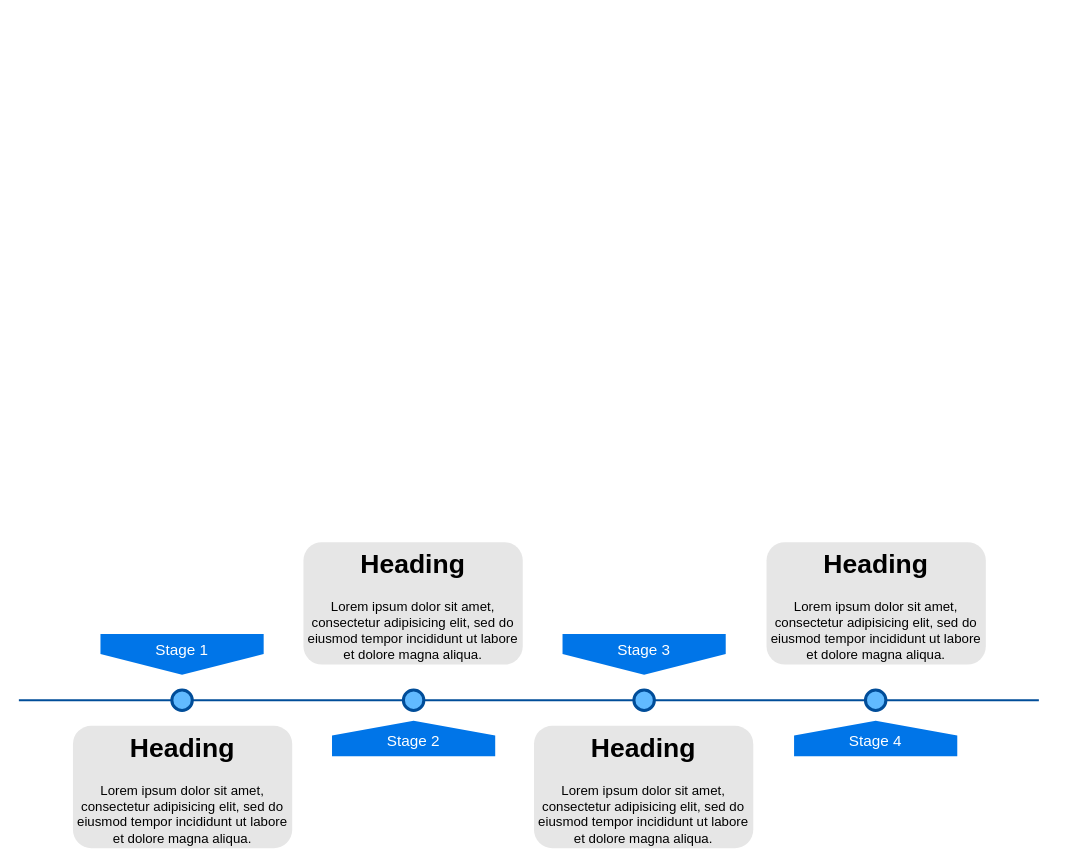
Above: sse/技术中台技术实施路线.drawio in yimzncy/draw (draw.io), before the change. Source tidied: cells renumbered, new cells numbered last; positions are measured from the earlier drawing's top-left corner, leaving out a move shared by most shapes. Both pictures are drawn from the tidied source at 102%, with x=0, y=0 at pixel (18, 542).
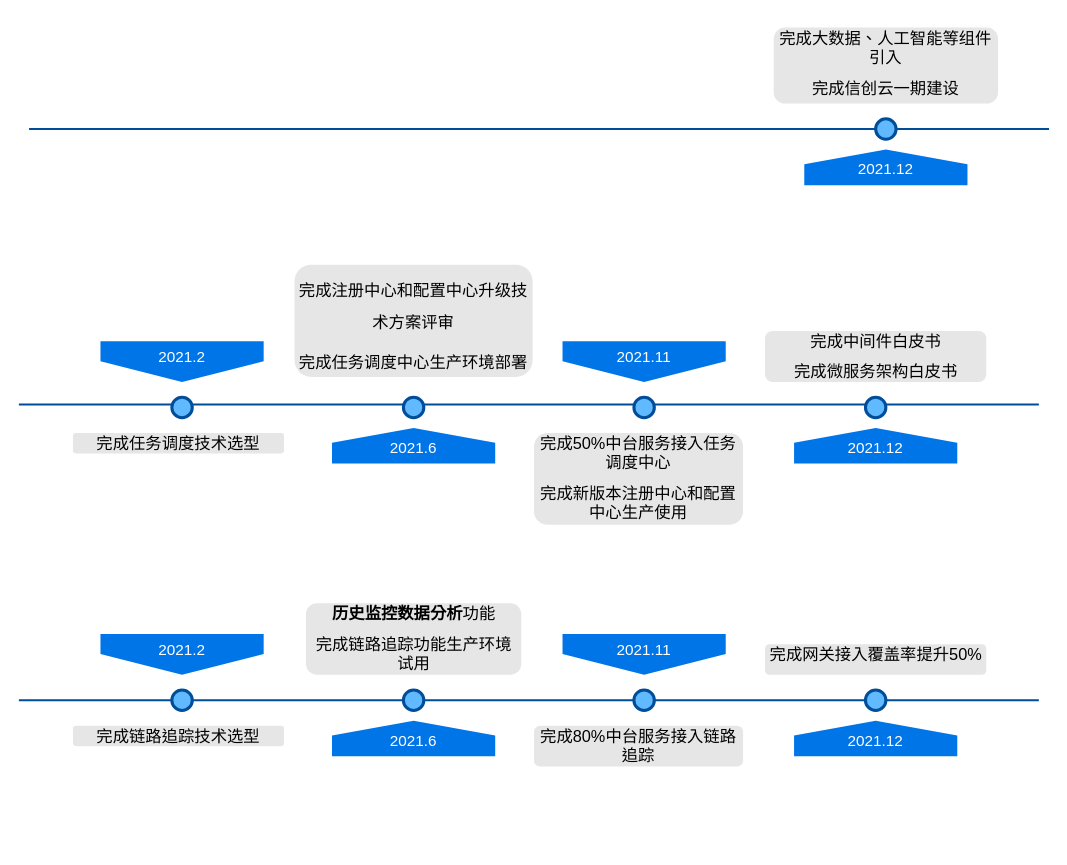
The same page after the edit.

Commit message:
Update 技术中台技术实施路线.drawio

The edit, as a diff of the source:
```diff
@@
-    <mxCell id="3" value="Stage 1" style="shape=offPageConnector;whiteSpace=wrap;html=1;fillColor=#0075E8;fontSize=15;fontColor=#FFFFFF;size=0.5093750000000015;verticalAlign=top;strokeColor=none;" parent="1" vertex="1">
+    <mxCell id="3" value="2021.2" style="shape=offPageConnector;whiteSpace=wrap;html=1;fillColor=#0075E8;fontSize=15;fontColor=#FFFFFF;size=0.5093750000000015;verticalAlign=top;strokeColor=none;" parent="1" vertex="1">
       <mxGeometry x="80" y="90" width="160" height="40" as="geometry" />
     </mxCell>
-    <mxCell id="4" value="&lt;span&gt;Stage 3&lt;/span&gt;" style="shape=offPageConnector;whiteSpace=wrap;html=1;fillColor=#0075E8;fontSize=15;fontColor=#FFFFFF;size=0.5093750000000015;verticalAlign=top;strokeColor=none;" parent="1" vertex="1">
+    <mxCell id="4" value="&lt;span&gt;2021.11&lt;/span&gt;" style="shape=offPageConnector;whiteSpace=wrap;html=1;fillColor=#0075E8;fontSize=15;fontColor=#FFFFFF;size=0.5093750000000015;verticalAlign=top;strokeColor=none;" parent="1" vertex="1">
       <mxGeometry x="533" y="90" width="160" height="40" as="geometry" />
     </mxCell>
-    <mxCell id="5" value="&lt;span&gt;Stage 2&lt;/span&gt;" style="shape=offPageConnector;whiteSpace=wrap;html=1;fillColor=#0075E8;fontSize=15;fontColor=#FFFFFF;size=0.4178571428571445;flipV=1;verticalAlign=bottom;strokeColor=none;spacingBottom=4;" parent="1" vertex="1">
+    <mxCell id="5" value="&lt;span&gt;2021.6&lt;/span&gt;" style="shape=offPageConnector;whiteSpace=wrap;html=1;fillColor=#0075E8;fontSize=15;fontColor=#FFFFFF;size=0.4178571428571445;flipV=1;verticalAlign=bottom;strokeColor=none;spacingBottom=4;" parent="1" vertex="1">
       <mxGeometry x="307" y="175" width="160" height="35" as="geometry" />
     </mxCell>
-    <mxCell id="6" value="&lt;span&gt;Stage 4&lt;/span&gt;" style="shape=offPageConnector;whiteSpace=wrap;html=1;fillColor=#0075E8;fontSize=15;fontColor=#FFFFFF;size=0.4178571428571445;flipV=1;verticalAlign=bottom;strokeColor=none;spacingBottom=4;" parent="1" vertex="1">
+    <mxCell id="6" value="&lt;span&gt;2021.12&lt;/span&gt;" style="shape=offPageConnector;whiteSpace=wrap;html=1;fillColor=#0075E8;fontSize=15;fontColor=#FFFFFF;size=0.4178571428571445;flipV=1;verticalAlign=bottom;strokeColor=none;spacingBottom=4;" parent="1" vertex="1">
       <mxGeometry x="760" y="175" width="160" height="35" as="geometry" />
     </mxCell>
@@
-    <mxCell id="11" value="&lt;h1&gt;Heading&lt;/h1&gt;&lt;p&gt;Lorem ipsum dolor sit amet, consectetur adipisicing elit, sed do eiusmod tempor incididunt ut labore et dolore magna aliqua.&lt;/p&gt;" style="text;html=1;spacing=5;spacingTop=-20;whiteSpace=wrap;overflow=hidden;strokeColor=none;strokeWidth=3;fillColor=#E6E6E6;fontSize=13;fontColor=#000000;align=center;rounded=1;" parent="1" vertex="1">
-      <mxGeometry x="53" y="180" width="215" height="120" as="geometry" />
+    <mxCell id="11" value="&lt;h1 style=&quot;font-size: 16px&quot;&gt;&lt;span lang=&quot;ZH-TW&quot; style=&quot;font-weight: normal&quot;&gt;&lt;span&gt;完成链&lt;/span&gt;&lt;font style=&quot;font-size: 16px&quot;&gt;路追踪技术选型&lt;/font&gt;&lt;/span&gt;&lt;br&gt;&lt;/h1&gt;" style="text;html=1;spacing=5;spacingTop=-20;whiteSpace=wrap;overflow=hidden;strokeColor=none;strokeWidth=3;fillColor=#E6E6E6;fontSize=13;fontColor=#000000;align=center;rounded=1;" parent="1" vertex="1">
+      <mxGeometry x="53" y="180" width="207" height="20" as="geometry" />
     </mxCell>
-    <mxCell id="12" value="&lt;h1&gt;Heading&lt;/h1&gt;&lt;p&gt;Lorem ipsum dolor sit amet, consectetur adipisicing elit, sed do eiusmod tempor incididunt ut labore et dolore magna aliqua.&lt;/p&gt;" style="text;html=1;spacing=5;spacingTop=-20;whiteSpace=wrap;overflow=hidden;strokeColor=none;strokeWidth=3;fillColor=#E6E6E6;fontSize=13;fontColor=#000000;align=center;rounded=1;" parent="1" vertex="1">
-      <mxGeometry x="279" width="215" height="120" as="geometry" />
+    <mxCell id="12" value="&lt;h1 style=&quot;font-size: 16px&quot;&gt;&lt;span lang=&quot;ZH-TW&quot;&gt;历史监控数据分析&lt;/span&gt;&lt;span style=&quot;font-weight: normal&quot;&gt;功能&lt;/span&gt;&lt;/h1&gt;&lt;h1 style=&quot;font-size: 16px&quot;&gt;&lt;span style=&quot;font-weight: normal&quot;&gt;完成链路追踪功能生产环境试用&lt;/span&gt;&lt;/h1&gt;" style="text;html=1;spacing=5;spacingTop=-20;whiteSpace=wrap;overflow=hidden;strokeColor=none;strokeWidth=3;fillColor=#E6E6E6;fontSize=13;fontColor=#000000;align=center;rounded=1;" parent="1" vertex="1">
+      <mxGeometry x="281.5" y="60" width="211" height="70" as="geometry" />
     </mxCell>
-    <mxCell id="13" value="&lt;h1&gt;Heading&lt;/h1&gt;&lt;p&gt;Lorem ipsum dolor sit amet, consectetur adipisicing elit, sed do eiusmod tempor incididunt ut labore et dolore magna aliqua.&lt;/p&gt;" style="text;html=1;spacing=5;spacingTop=-20;whiteSpace=wrap;overflow=hidden;strokeColor=none;strokeWidth=3;fillColor=#E6E6E6;fontSize=13;fontColor=#000000;align=center;rounded=1;" parent="1" vertex="1">
-      <mxGeometry x="505" y="180" width="215" height="120" as="geometry" />
+    <mxCell id="13" value="&lt;h1 style=&quot;font-size: 16px&quot;&gt;&lt;span style=&quot;font-weight: normal&quot;&gt;&lt;span lang=&quot;ZH-TW&quot;&gt;完成&lt;/span&gt;&lt;span lang=&quot;EN-US&quot;&gt;80%&lt;/span&gt;&lt;span lang=&quot;ZH-TW&quot;&gt;中台服务接入链路追踪&lt;/span&gt;&lt;/span&gt;&lt;br&gt;&lt;/h1&gt;" style="text;html=1;spacing=5;spacingTop=-20;whiteSpace=wrap;overflow=hidden;strokeColor=none;strokeWidth=3;fillColor=#E6E6E6;fontSize=13;fontColor=#000000;align=center;rounded=1;" parent="1" vertex="1">
+      <mxGeometry x="505" y="180" width="205" height="40" as="geometry" />
     </mxCell>
-    <mxCell id="14" value="&lt;h1&gt;Heading&lt;/h1&gt;&lt;p&gt;Lorem ipsum dolor sit amet, consectetur adipisicing elit, sed do eiusmod tempor incididunt ut labore et dolore magna aliqua.&lt;/p&gt;" style="text;html=1;spacing=5;spacingTop=-20;whiteSpace=wrap;overflow=hidden;strokeColor=none;strokeWidth=3;fillColor=#E6E6E6;fontSize=13;fontColor=#000000;align=center;rounded=1;" parent="1" vertex="1">
-      <mxGeometry x="733" width="215" height="120" as="geometry" />
+    <mxCell id="14" value="&lt;h1 style=&quot;font-size: 16px&quot;&gt;&lt;span style=&quot;font-weight: normal&quot;&gt;&lt;span lang=&quot;ZH-TW&quot;&gt;完成网关接入覆盖率提升&lt;/span&gt;&lt;span lang=&quot;EN-US&quot;&gt;50%&lt;/span&gt;&lt;/span&gt;&lt;br&gt;&lt;/h1&gt;" style="text;html=1;spacing=5;spacingTop=-20;whiteSpace=wrap;overflow=hidden;strokeColor=none;strokeWidth=3;fillColor=#E6E6E6;fontSize=13;fontColor=#000000;align=center;rounded=1;" parent="1" vertex="1">
+      <mxGeometry x="731.5" y="100" width="217" height="30" as="geometry" />
     </mxCell>
+    <mxCell id="15" style="line;strokeWidth=2;html=1;fillColor=none;fontSize=28;fontColor=#004D99;strokeColor=#004D99;" parent="1" vertex="1">
+      <mxGeometry y="-140" width="1000" height="10" as="geometry" />
+    </mxCell>
+    <mxCell id="16" value="2021.2" style="shape=offPageConnector;whiteSpace=wrap;html=1;fillColor=#0075E8;fontSize=15;fontColor=#FFFFFF;size=0.5093750000000015;verticalAlign=top;strokeColor=none;" parent="1" vertex="1">
+      <mxGeometry x="80" y="-197" width="160" height="40" as="geometry" />
+    </mxCell>
+    <mxCell id="17" value="&lt;span&gt;2021.11&lt;/span&gt;" style="shape=offPageConnector;whiteSpace=wrap;html=1;fillColor=#0075E8;fontSize=15;fontColor=#FFFFFF;size=0.5093750000000015;verticalAlign=top;strokeColor=none;" parent="1" vertex="1">
+      <mxGeometry x="533" y="-197" width="160" height="40" as="geometry" />
+    </mxCell>
+    <mxCell id="18" value="&lt;span&gt;2021.6&lt;/span&gt;" style="shape=offPageConnector;whiteSpace=wrap;html=1;fillColor=#0075E8;fontSize=15;fontColor=#FFFFFF;size=0.4178571428571445;flipV=1;verticalAlign=bottom;strokeColor=none;spacingBottom=4;" parent="1" vertex="1">
+      <mxGeometry x="307" y="-112" width="160" height="35" as="geometry" />
+    </mxCell>
+    <mxCell id="19" value="&lt;span&gt;2021.12&lt;/span&gt;" style="shape=offPageConnector;whiteSpace=wrap;html=1;fillColor=#0075E8;fontSize=15;fontColor=#FFFFFF;size=0.4178571428571445;flipV=1;verticalAlign=bottom;strokeColor=none;spacingBottom=4;" parent="1" vertex="1">
+      <mxGeometry x="760" y="-112" width="160" height="35" as="geometry" />
+    </mxCell>
+    <mxCell id="20" style="ellipse;whiteSpace=wrap;html=1;fillColor=#61BAFF;fontSize=28;fontColor=#004D99;strokeWidth=3;strokeColor=#004D99;" parent="1" vertex="1">
+      <mxGeometry x="150" y="-142" width="20" height="20" as="geometry" />
+    </mxCell>
+    <mxCell id="21" style="ellipse;whiteSpace=wrap;html=1;fillColor=#61BAFF;fontSize=28;fontColor=#004D99;strokeWidth=3;strokeColor=#004D99;" parent="1" vertex="1">
+      <mxGeometry x="377" y="-142" width="20" height="20" as="geometry" />
+    </mxCell>
+    <mxCell id="22" style="ellipse;whiteSpace=wrap;html=1;fillColor=#61BAFF;fontSize=28;fontColor=#004D99;strokeWidth=3;strokeColor=#004D99;" parent="1" vertex="1">
+      <mxGeometry x="603" y="-142" width="20" height="20" as="geometry" />
+    </mxCell>
+    <mxCell id="23" style="ellipse;whiteSpace=wrap;html=1;fillColor=#61BAFF;fontSize=28;fontColor=#004D99;strokeWidth=3;strokeColor=#004D99;" parent="1" vertex="1">
+      <mxGeometry x="830" y="-142" width="20" height="20" as="geometry" />
+    </mxCell>
+    <mxCell id="24" value="&lt;h1 style=&quot;font-size: 16px&quot;&gt;&lt;span lang=&quot;ZH-TW&quot; style=&quot;font-weight: normal&quot;&gt;&lt;span&gt;完成任务调度&lt;/span&gt;&lt;font style=&quot;font-size: 16px&quot;&gt;技术选型&lt;/font&gt;&lt;/span&gt;&lt;br&gt;&lt;/h1&gt;" style="text;html=1;spacing=5;spacingTop=-20;whiteSpace=wrap;overflow=hidden;strokeColor=none;strokeWidth=3;fillColor=#E6E6E6;fontSize=13;fontColor=#000000;align=center;rounded=1;" parent="1" vertex="1">
+      <mxGeometry x="53" y="-107" width="207" height="20" as="geometry" />
+    </mxCell>
+    <mxCell id="25" value="&lt;h1&gt;&lt;span lang=&quot;ZH-TW&quot; style=&quot;font-weight: normal&quot;&gt;&lt;font style=&quot;font-size: 16px&quot;&gt;完成注册中心和配置中心升级技术方案评审&lt;/font&gt;&lt;/span&gt;&lt;br&gt;&lt;/h1&gt;&lt;div&gt;&lt;span lang=&quot;ZH-TW&quot; style=&quot;font-weight: normal&quot;&gt;&lt;font&gt;&lt;span lang=&quot;ZH-TW&quot;&gt;&lt;font style=&quot;font-size: 16px&quot;&gt;完成任务调度中心生产环境部署&lt;/font&gt;&lt;/span&gt;&lt;br&gt;&lt;/font&gt;&lt;/span&gt;&lt;/div&gt;" style="text;html=1;spacing=5;spacingTop=-20;whiteSpace=wrap;overflow=hidden;strokeColor=none;strokeWidth=3;fillColor=#E6E6E6;fontSize=13;fontColor=#000000;align=center;rounded=1;" parent="1" vertex="1">
+      <mxGeometry x="270.2" y="-272" width="233.5" height="110" as="geometry" />
+    </mxCell>
+    <mxCell id="26" value="&lt;h1 style=&quot;font-size: 16px&quot;&gt;&lt;span style=&quot;font-weight: normal&quot;&gt;&lt;span lang=&quot;ZH-TW&quot;&gt;完成5&lt;/span&gt;&lt;span lang=&quot;EN-US&quot;&gt;0%&lt;/span&gt;&lt;span lang=&quot;ZH-TW&quot;&gt;中台服务接入任务调度中心&lt;/span&gt;&lt;/span&gt;&lt;/h1&gt;&lt;div&gt;&lt;span lang=&quot;ZH-TW&quot;&gt;&lt;font style=&quot;font-size: 16px&quot;&gt;完成新版本注册中心和配置中心生产使用&lt;/font&gt;&lt;/span&gt;&lt;span style=&quot;font-weight: normal&quot;&gt;&lt;span lang=&quot;ZH-TW&quot;&gt;&lt;br&gt;&lt;/span&gt;&lt;/span&gt;&lt;/div&gt;" style="text;html=1;spacing=5;spacingTop=-20;whiteSpace=wrap;overflow=hidden;strokeColor=none;strokeWidth=3;fillColor=#E6E6E6;fontSize=13;fontColor=#000000;align=center;rounded=1;" parent="1" vertex="1">
+      <mxGeometry x="505" y="-107" width="205" height="90" as="geometry" />
+    </mxCell>
+    <mxCell id="27" value="&lt;h1 style=&quot;font-size: 16px&quot;&gt;&lt;span style=&quot;font-weight: normal&quot;&gt;&lt;span lang=&quot;ZH-TW&quot;&gt;完成中间件白皮书&lt;/span&gt;&lt;/span&gt;&lt;/h1&gt;&lt;h1 style=&quot;font-size: 16px&quot;&gt;&lt;div style=&quot;font-size: 13px ; font-weight: 400&quot;&gt;&lt;span lang=&quot;ZH-TW&quot;&gt;&lt;font style=&quot;font-size: 16px&quot;&gt;完成微服务架构白皮书&lt;/font&gt;&lt;/span&gt;&lt;/div&gt;&lt;/h1&gt;" style="text;html=1;spacing=5;spacingTop=-20;whiteSpace=wrap;overflow=hidden;strokeColor=none;strokeWidth=3;fillColor=#E6E6E6;fontSize=13;fontColor=#000000;align=center;rounded=1;" parent="1" vertex="1">
+      <mxGeometry x="731.5" y="-207" width="217" height="50" as="geometry" />
+    </mxCell>
+    <mxCell id="28" style="line;strokeWidth=2;html=1;fillColor=none;fontSize=28;fontColor=#004D99;strokeColor=#004D99;" parent="1" vertex="1">
+      <mxGeometry x="10" y="-410" width="1000" height="10" as="geometry" />
+    </mxCell>
+    <mxCell id="29" value="&lt;span&gt;2021.12&lt;/span&gt;" style="shape=offPageConnector;whiteSpace=wrap;html=1;fillColor=#0075E8;fontSize=15;fontColor=#FFFFFF;size=0.4178571428571445;flipV=1;verticalAlign=bottom;strokeColor=none;spacingBottom=4;" parent="1" vertex="1">
+      <mxGeometry x="770" y="-385" width="160" height="35" as="geometry" />
+    </mxCell>
+    <mxCell id="30" style="ellipse;whiteSpace=wrap;html=1;fillColor=#61BAFF;fontSize=28;fontColor=#004D99;strokeWidth=3;strokeColor=#004D99;" parent="1" vertex="1">
+      <mxGeometry x="840" y="-415" width="20" height="20" as="geometry" />
+    </mxCell>
+    <mxCell id="31" value="&lt;h1 style=&quot;font-size: 16px&quot;&gt;&lt;span style=&quot;font-weight: normal&quot;&gt;&lt;span lang=&quot;ZH-TW&quot;&gt;完成大数据、人工智能等组件引入&lt;/span&gt;&lt;/span&gt;&lt;/h1&gt;&lt;h1 style=&quot;font-size: 16px&quot;&gt;&lt;div style=&quot;font-size: 13px ; font-weight: 400&quot;&gt;&lt;span lang=&quot;ZH-TW&quot;&gt;&lt;font style=&quot;font-size: 16px&quot;&gt;完成信创云一期建设&lt;/font&gt;&lt;/span&gt;&lt;/div&gt;&lt;/h1&gt;" style="text;html=1;spacing=5;spacingTop=-20;whiteSpace=wrap;overflow=hidden;strokeColor=none;strokeWidth=3;fillColor=#E6E6E6;fontSize=13;fontColor=#000000;align=center;rounded=1;" parent="1" vertex="1">
+      <mxGeometry x="740" y="-504.5" width="220" height="74.5" as="geometry" />
+    </mxCell>
```
